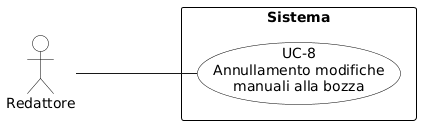
Earlier version of the PlantUML export RTB/Analisi dei Requisiti/diagrammi_use_case/UC-8.png (aLittleByte-19/Documentazione). The source it was exported from:
```plantuml
@startuml
skinparam shadowing false
skinparam backgroundColor #FFFFFF
skinparam usecaseBackgroundColor #FFFFFF
skinparam usecaseBorderColor #000000
skinparam actorBackgroundColor #FFFFFF
skinparam actorBorderColor #000000
skinparam rectangleBackgroundColor #FFFFFF
skinparam rectangleBorderColor #000000
left to right direction
skinparam packageStyle rectangle

actor "Redattore" as R
rectangle Sistema {
  usecase "UC-8\nAnnullamento modifiche\nmanuali alla bozza" as UC8
}
R --- UC8
@enduml
```
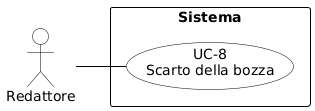
After the commit.

The edit, as a diff of the source:
```diff
@@ -1,18 +1,29 @@
 @startuml
 skinparam shadowing false
-skinparam backgroundColor #FFFFFF
-skinparam usecaseBackgroundColor #FFFFFF
-skinparam usecaseBorderColor #000000
-skinparam actorBackgroundColor #FFFFFF
-skinparam actorBorderColor #000000
-skinparam rectangleBackgroundColor #FFFFFF
-skinparam rectangleBorderColor #000000
+skinparam defaultFontName Arial
 left to right direction
-skinparam packageStyle rectangle
+skinparam nodesep 15
+skinparam ranksep 50
 
-actor "Redattore" as R
-rectangle Sistema {
-  usecase "UC-8\nAnnullamento modifiche\nmanuali alla bozza" as UC8
+skinparam usecase {
+    BackgroundColor white
+    BorderColor black
+    ArrowColor black
 }
-R --- UC8
+skinparam actor {
+    BackgroundColor white
+    BorderColor black
+}
+skinparam rectangle {
+    BorderColor black
+    FontStyle bold
+}
+
+actor "Redattore" as redattore
+
+rectangle "Sistema" {
+    usecase "UC-8\nScarto della bozza" as UC8
+}
+
+redattore -- UC8
 @enduml
```
